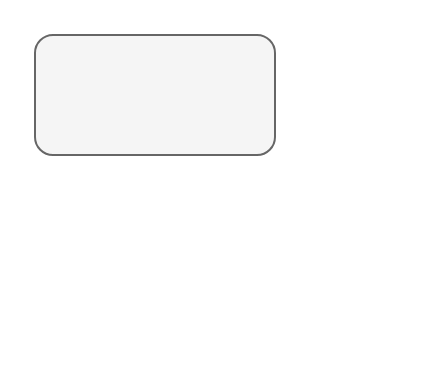
Earlier version of the draw.io diagram leetcode/ppt/未命名绘图.drawio (watchpoints/weekly). Source tidied: cells renumbered, new cells numbered last; positions are measured from the earlier drawing's top-left corner, leaving out a move shared by most shapes. Both pictures are drawn from the tidied source at 200%, with x=0, y=0 at pixel (34, 34).
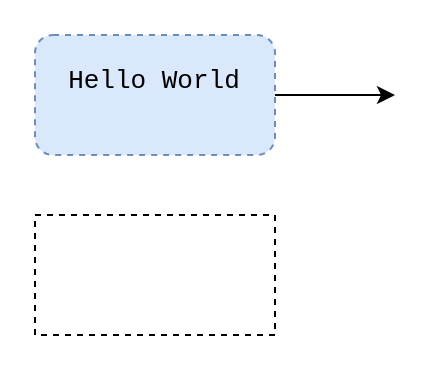
The same diagram, later.

Diff of the diagram source:
```diff
@@
 <mxGraphModel>
   <root>
     <mxCell id="0" />
     <mxCell id="1" parent="0" />
+    <mxCell id="3" style="edgeStyle=orthogonalEdgeStyle;rounded=0;jettySize=auto;html=1;exitX=1;exitY=0.5;exitDx=0;exitDy=0;fontSize=15;" parent="1" edge="1" source="2">
+      <mxGeometry relative="1" as="geometry">
+        <mxPoint x="180" y="30" as="targetPoint" />
+      </mxGeometry>
+    </mxCell>
-    <mxCell id="2" style="rounded=1;whiteSpace=wrap;html=1;fillColor=#f5f5f5;strokeColor=#666666;fontColor=#333333;" parent="1" vertex="1">
+    <mxCell id="2" value="&lt;pre style=&quot;box-sizing: border-box ; font-size: 13px ; font-family: , &amp;#34;consolas&amp;#34; , &amp;#34;liberation mono&amp;#34; , &amp;#34;menlo&amp;#34; , &amp;#34;courier&amp;#34; , monospace ; margin-top: 0px ; margin-bottom: 1em ; overflow: auto ; background: rgba() ; padding: 10px 15px ; color: rgba(, 1) ; line-height: 1.6 ; border-radius: 3px&quot;&gt;Hello World&lt;/pre&gt;" style="rounded=1;whiteSpace=wrap;html=1;fillColor=#dae8fc;strokeColor=#6c8ebf;shadow=0;dashed=1;" parent="1" vertex="1">
       <mxGeometry width="120" height="60" as="geometry" />
     </mxCell>
+    <mxCell id="4" style="rounded=0;whiteSpace=wrap;html=1;shadow=0;dashed=1;fillColor=default;gradientColor=none;" parent="1" vertex="1">
+      <mxGeometry y="90" width="120" height="60" as="geometry" />
+    </mxCell>
   </root>
 </mxGraphModel>
```
